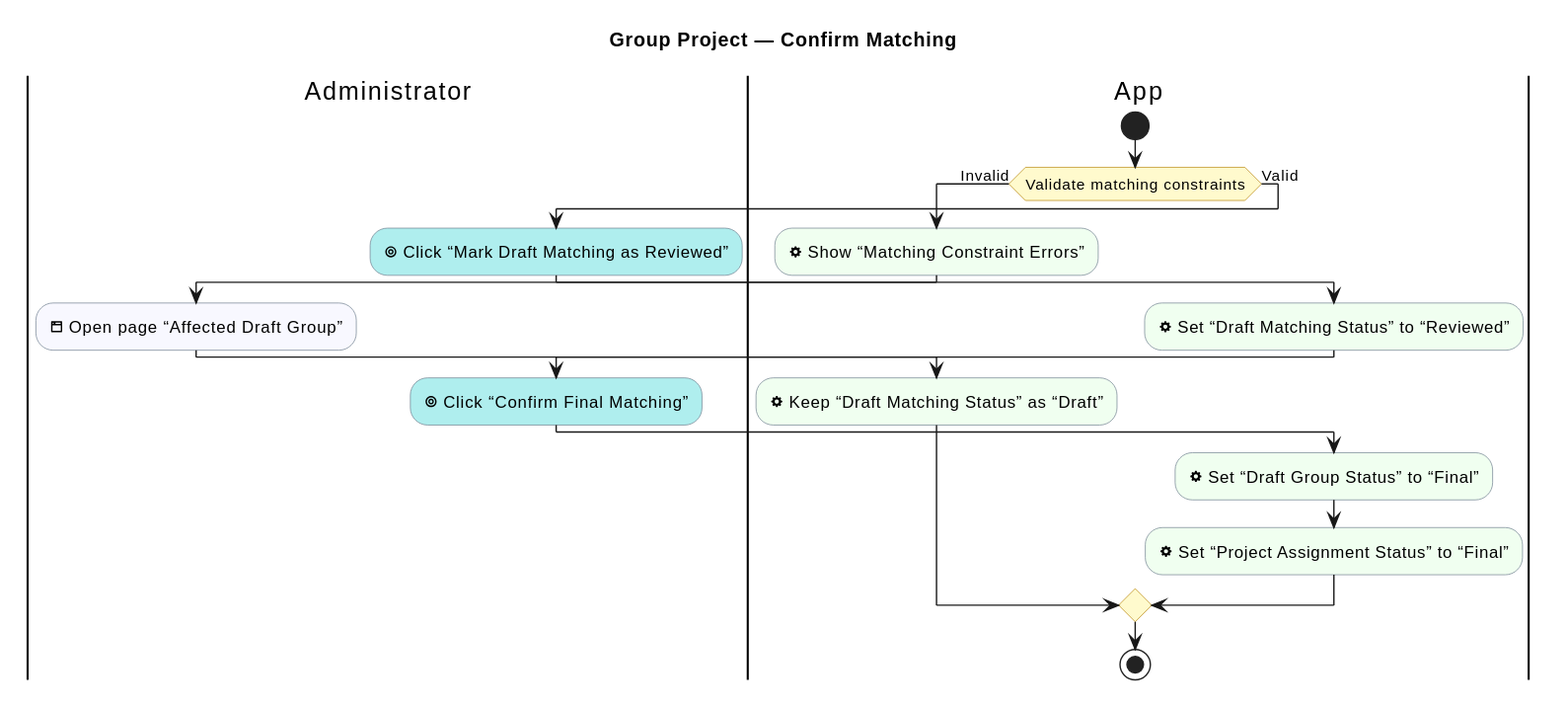
The PlantUML diagram industrial-placement-group-project/diagrams/group-project/matching-validation-and-confirmation.svg in sdflkjssl/sdflkjssl.github.io, before a commit.
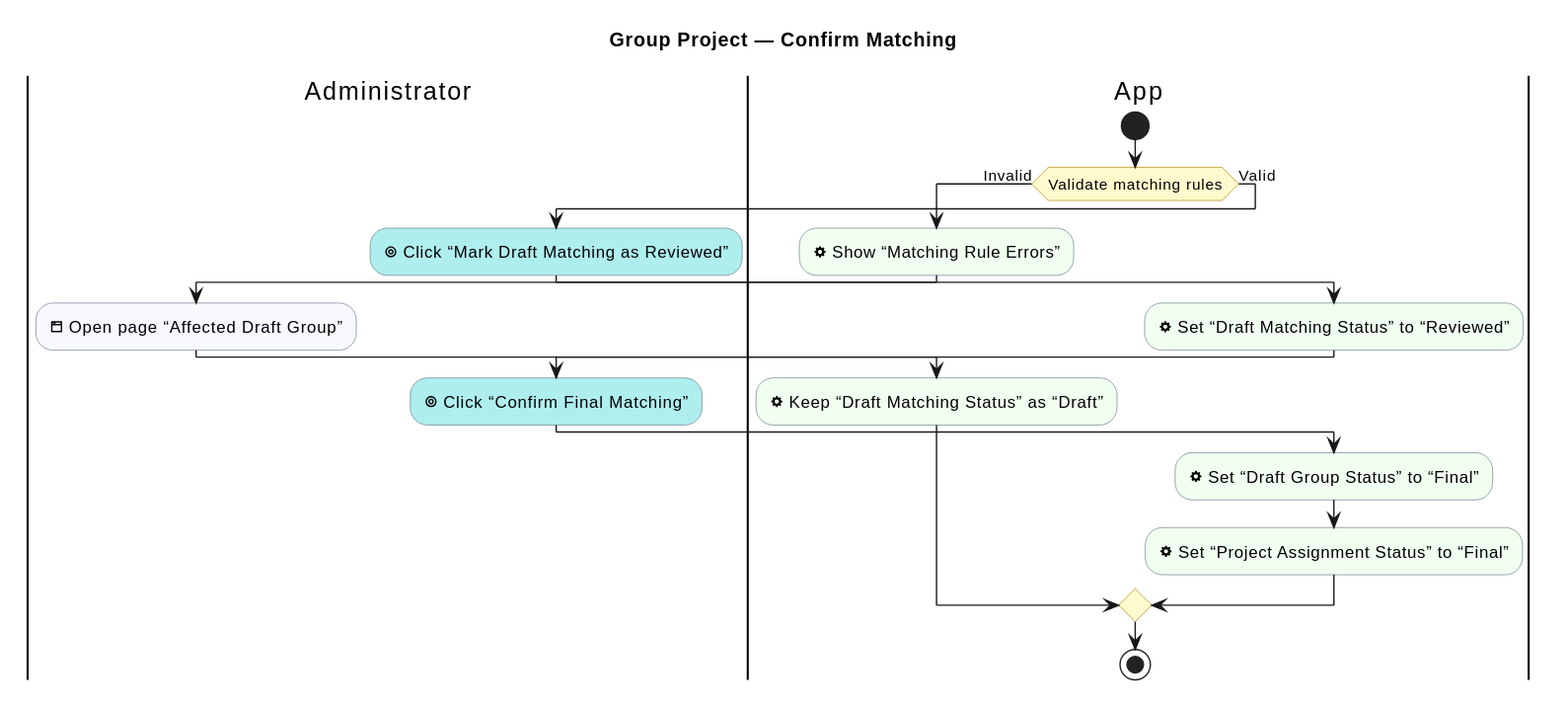
The same diagram one commit later.

Commit message:
Clarify placement opportunities and matching scope

What changed in the source:
```diff
@@ -12,8 +12,8 @@
 
 |App|
 start
-if (Validate matching constraints) then (Invalid)
-  :<&cog> Show “Matching Constraint Errors”; <<#HoneyDew>>
+if (Validate matching rules) then (Invalid)
+  :<&cog> Show “Matching Rule Errors”; <<#HoneyDew>>
   |Administrator|
   :<&browser> Open page “Affected Draft Group”; <<#GhostWhite>>
   |App|
```
